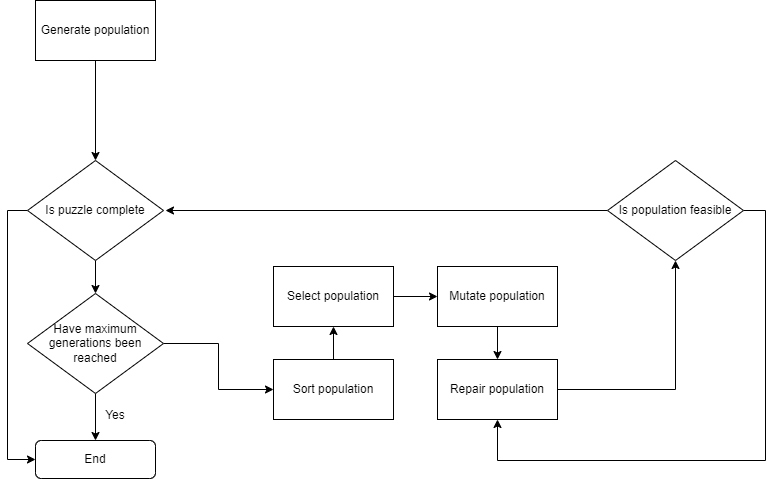
Before: Documentation/WIPs/Diagrams/hybridRepairFlowchart.png, a diagram exported from draw.io (sfreeman218/MMP_Sudoku). Source tidied: cells renumbered, new cells last; positions are measured from the earlier drawing's top-left corner, leaving out a move shared by most shapes. Source of this version:
```xml
<mxGraphModel>
  <root>
    <mxCell id="0" />
    <mxCell id="1" parent="0" />
    <mxCell id="2" style="edgeStyle=orthogonalEdgeStyle;rounded=0;jettySize=auto;html=1;entryX=0.5;entryY=0;entryDx=0;entryDy=0;" parent="1" edge="1" source="3" target="10">
      <mxGeometry relative="1" as="geometry" />
    </mxCell>
    <mxCell id="3" value="Generate population" style="rounded=0;whiteSpace=wrap;html=1;" parent="1" vertex="1">
      <mxGeometry x="8" width="120" height="60" as="geometry" />
    </mxCell>
    <mxCell id="4" style="edgeStyle=orthogonalEdgeStyle;rounded=0;jettySize=auto;html=1;entryX=0.5;entryY=1;entryDx=0;entryDy=0;" parent="1" edge="1" source="5" target="7">
      <mxGeometry relative="1" as="geometry" />
    </mxCell>
    <mxCell id="5" value="Sort population" style="rounded=0;whiteSpace=wrap;html=1;" parent="1" vertex="1">
      <mxGeometry x="246" y="359" width="120" height="60" as="geometry" />
    </mxCell>
    <mxCell id="6" style="edgeStyle=orthogonalEdgeStyle;rounded=0;jettySize=auto;html=1;entryX=0;entryY=0.5;entryDx=0;entryDy=0;" parent="1" edge="1" source="7" target="16">
      <mxGeometry relative="1" as="geometry" />
    </mxCell>
    <mxCell id="7" value="Select population" style="rounded=0;whiteSpace=wrap;html=1;" parent="1" vertex="1">
      <mxGeometry x="246" y="266" width="120" height="60" as="geometry" />
    </mxCell>
    <mxCell id="8" style="edgeStyle=orthogonalEdgeStyle;rounded=0;jettySize=auto;html=1;entryX=0.5;entryY=0;entryDx=0;entryDy=0;" parent="1" edge="1" source="10" target="13">
      <mxGeometry relative="1" as="geometry" />
    </mxCell>
    <mxCell id="9" style="edgeStyle=orthogonalEdgeStyle;rounded=0;jettySize=auto;html=1;exitX=0;exitY=0.5;exitDx=0;exitDy=0;entryX=0;entryY=0.5;entryDx=0;entryDy=0;" parent="1" edge="1" source="10" target="14">
      <mxGeometry relative="1" as="geometry" />
    </mxCell>
    <mxCell id="10" value="Is puzzle complete" style="rhombus;whiteSpace=wrap;html=1;" parent="1" vertex="1">
      <mxGeometry y="160" width="136" height="100" as="geometry" />
    </mxCell>
    <mxCell id="11" style="edgeStyle=orthogonalEdgeStyle;rounded=0;jettySize=auto;html=1;entryX=0;entryY=0.5;entryDx=0;entryDy=0;" parent="1" edge="1" source="13" target="5">
      <mxGeometry relative="1" as="geometry" />
    </mxCell>
    <mxCell id="12" style="edgeStyle=orthogonalEdgeStyle;rounded=0;jettySize=auto;html=1;exitX=0.5;exitY=1;exitDx=0;exitDy=0;entryX=0.5;entryY=0;entryDx=0;entryDy=0;" parent="1" edge="1" source="13" target="14">
      <mxGeometry relative="1" as="geometry" />
    </mxCell>
    <mxCell id="13" value="Have maximum generations been reached" style="rhombus;whiteSpace=wrap;html=1;" parent="1" vertex="1">
      <mxGeometry y="293" width="136" height="100" as="geometry" />
    </mxCell>
    <mxCell id="14" value="End" style="rounded=1;whiteSpace=wrap;html=1;" parent="1" vertex="1">
      <mxGeometry x="8" y="440" width="120" height="38" as="geometry" />
    </mxCell>
    <mxCell id="15" style="edgeStyle=orthogonalEdgeStyle;rounded=0;jettySize=auto;html=1;entryX=0.5;entryY=0;entryDx=0;entryDy=0;" parent="1" edge="1" source="16" target="18">
      <mxGeometry relative="1" as="geometry" />
    </mxCell>
    <mxCell id="16" value="Mutate population" style="rounded=0;whiteSpace=wrap;html=1;" parent="1" vertex="1">
      <mxGeometry x="410" y="266" width="120" height="60" as="geometry" />
    </mxCell>
    <mxCell id="17" style="edgeStyle=orthogonalEdgeStyle;rounded=0;jettySize=auto;html=1;entryX=0.5;entryY=1;entryDx=0;entryDy=0;" parent="1" edge="1" source="18" target="21">
      <mxGeometry relative="1" as="geometry" />
    </mxCell>
    <mxCell id="18" value="Repair population" style="rounded=0;whiteSpace=wrap;html=1;" parent="1" vertex="1">
      <mxGeometry x="410" y="359" width="120" height="60" as="geometry" />
    </mxCell>
    <mxCell id="19" style="edgeStyle=orthogonalEdgeStyle;rounded=0;jettySize=auto;html=1;" parent="1" edge="1" source="21">
      <mxGeometry relative="1" as="geometry">
        <mxPoint x="138" y="210" as="targetPoint" />
      </mxGeometry>
    </mxCell>
    <mxCell id="20" style="edgeStyle=orthogonalEdgeStyle;rounded=0;jettySize=auto;html=1;entryX=0.5;entryY=1;entryDx=0;entryDy=0;" parent="1" edge="1" source="21" target="18">
      <mxGeometry relative="1" as="geometry">
        <Array as="points">
          <mxPoint x="738" y="210" />
          <mxPoint x="738" y="460" />
          <mxPoint x="470" y="460" />
        </Array>
      </mxGeometry>
    </mxCell>
    <mxCell id="21" value="Is population feasible" style="rhombus;whiteSpace=wrap;html=1;" parent="1" vertex="1">
      <mxGeometry x="580" y="160" width="136" height="100" as="geometry" />
    </mxCell>
    <mxCell id="22" value="Yes" style="text;html=1;strokeColor=none;fillColor=none;align=center;verticalAlign=middle;whiteSpace=wrap;rounded=0;" parent="1" vertex="1">
      <mxGeometry x="58" y="400" width="60" height="30" as="geometry" />
    </mxCell>
  </root>
</mxGraphModel>
```
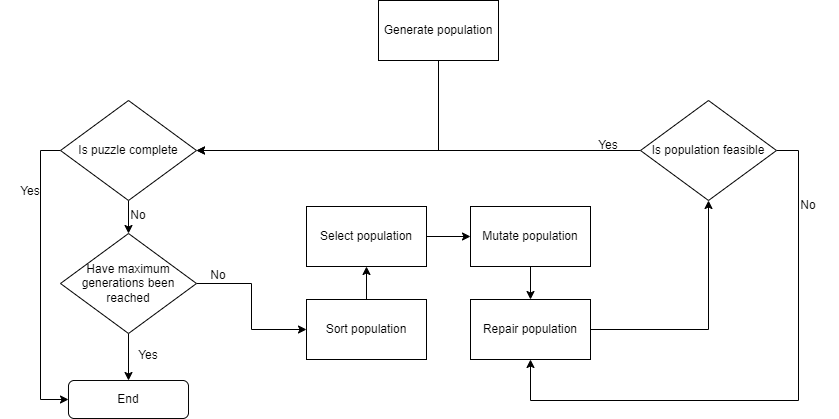
The same file after the commit.

Diff of the diagram source:
```diff
@@ -2,11 +2,15 @@
   <root>
     <mxCell id="0" />
     <mxCell id="1" parent="0" />
-    <mxCell id="2" style="edgeStyle=orthogonalEdgeStyle;rounded=0;jettySize=auto;html=1;entryX=0.5;entryY=0;entryDx=0;entryDy=0;" parent="1" edge="1" source="3" target="10">
-      <mxGeometry relative="1" as="geometry" />
+    <mxCell id="2" style="edgeStyle=orthogonalEdgeStyle;rounded=0;jettySize=auto;html=1;entryX=1;entryY=0.5;entryDx=0;entryDy=0;" parent="1" edge="1" source="3" target="10">
+      <mxGeometry relative="1" as="geometry">
+        <Array as="points">
+          <mxPoint x="378" y="210" />
+        </Array>
+      </mxGeometry>
     </mxCell>
     <mxCell id="3" value="Generate population" style="rounded=0;whiteSpace=wrap;html=1;" parent="1" vertex="1">
-      <mxGeometry x="8" width="120" height="60" as="geometry" />
+      <mxGeometry x="318" y="60" width="120" height="60" as="geometry" />
     </mxCell>
     <mxCell id="4" style="edgeStyle=orthogonalEdgeStyle;rounded=0;jettySize=auto;html=1;entryX=0.5;entryY=1;entryDx=0;entryDy=0;" parent="1" edge="1" source="5" target="7">
       <mxGeometry relative="1" as="geometry" />
@@ -53,10 +57,8 @@
     <mxCell id="18" value="Repair population" style="rounded=0;whiteSpace=wrap;html=1;" parent="1" vertex="1">
       <mxGeometry x="410" y="359" width="120" height="60" as="geometry" />
     </mxCell>
-    <mxCell id="19" style="edgeStyle=orthogonalEdgeStyle;rounded=0;jettySize=auto;html=1;" parent="1" edge="1" source="21">
-      <mxGeometry relative="1" as="geometry">
-        <mxPoint x="138" y="210" as="targetPoint" />
-      </mxGeometry>
+    <mxCell id="19" style="edgeStyle=orthogonalEdgeStyle;rounded=0;jettySize=auto;html=1;" parent="1" edge="1" source="21" target="10">
+      <mxGeometry relative="1" as="geometry" />
     </mxCell>
     <mxCell id="20" style="edgeStyle=orthogonalEdgeStyle;rounded=0;jettySize=auto;html=1;entryX=0.5;entryY=1;entryDx=0;entryDy=0;" parent="1" edge="1" source="21" target="18">
       <mxGeometry relative="1" as="geometry">
@@ -73,5 +75,20 @@
     <mxCell id="22" value="Yes" style="text;html=1;strokeColor=none;fillColor=none;align=center;verticalAlign=middle;whiteSpace=wrap;rounded=0;" parent="1" vertex="1">
       <mxGeometry x="58" y="400" width="60" height="30" as="geometry" />
     </mxCell>
+    <mxCell id="23" value="Yes" style="text;html=1;strokeColor=none;fillColor=none;align=center;verticalAlign=middle;whiteSpace=wrap;rounded=0;" parent="1" vertex="1">
+      <mxGeometry x="-60" y="236" width="60" height="30" as="geometry" />
+    </mxCell>
+    <mxCell id="24" value="Yes" style="text;html=1;strokeColor=none;fillColor=none;align=center;verticalAlign=middle;whiteSpace=wrap;rounded=0;" parent="1" vertex="1">
+      <mxGeometry x="518" y="190" width="60" height="30" as="geometry" />
+    </mxCell>
+    <mxCell id="25" value="No" style="text;html=1;strokeColor=none;fillColor=none;align=center;verticalAlign=middle;whiteSpace=wrap;rounded=0;" parent="1" vertex="1">
+      <mxGeometry x="48" y="260" width="60" height="30" as="geometry" />
+    </mxCell>
+    <mxCell id="26" value="No" style="text;html=1;strokeColor=none;fillColor=none;align=center;verticalAlign=middle;whiteSpace=wrap;rounded=0;" parent="1" vertex="1">
+      <mxGeometry x="128" y="320" width="60" height="30" as="geometry" />
+    </mxCell>
+    <mxCell id="27" value="No" style="text;html=1;strokeColor=none;fillColor=none;align=center;verticalAlign=middle;whiteSpace=wrap;rounded=0;" parent="1" vertex="1">
+      <mxGeometry x="718" y="250" width="60" height="30" as="geometry" />
+    </mxCell>
   </root>
 </mxGraphModel>
```
